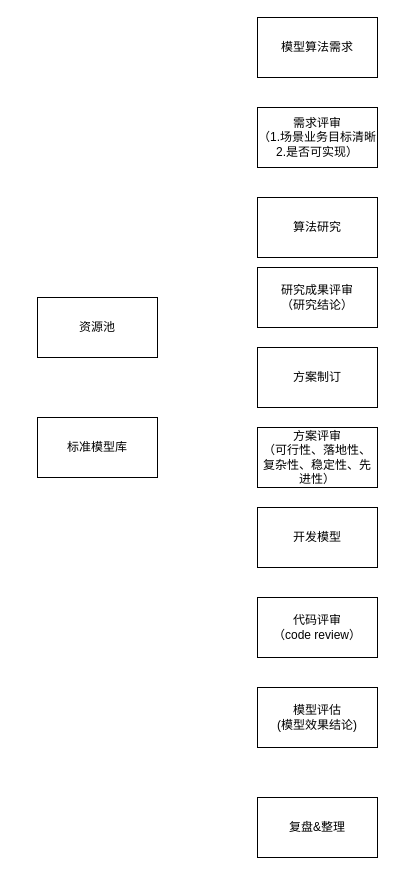
Above: dm-standard.drawio in Max-yuki/share (draw.io), before the change. Source tidied: cells renumbered, new cells numbered last; positions are measured from the earlier drawing's top-left corner, leaving out a move shared by most shapes. Both pictures are drawn from the tidied source at 100%, with x=0, y=0 at pixel (37, 17).
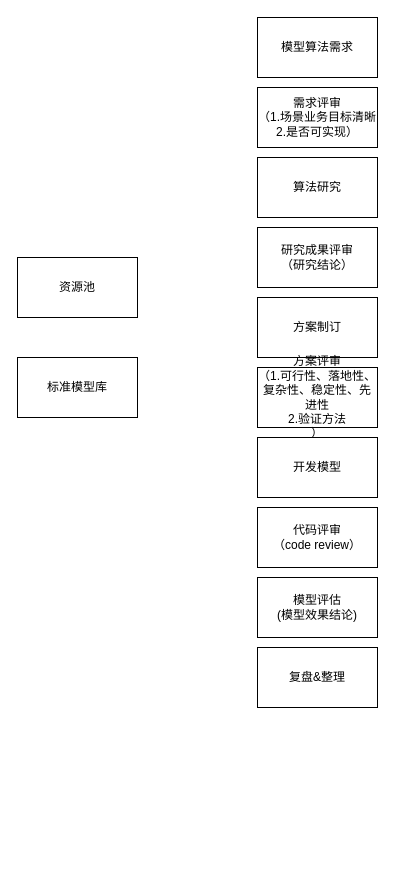
The same page after the edit.

The edit, as a diff of the source:
```diff
@@
 <mxGraphModel>
   <root>
     <mxCell id="0" />
     <mxCell id="1" parent="0" />
     <mxCell id="2" value="算法研究" style="rounded=0;whiteSpace=wrap;html=1;" parent="1" vertex="1">
-      <mxGeometry x="220" y="180" width="120" height="60" as="geometry" />
+      <mxGeometry x="220" y="140" width="120" height="60" as="geometry" />
     </mxCell>
     <mxCell id="3" value="方案制订" style="rounded=0;whiteSpace=wrap;html=1;" parent="1" vertex="1">
-      <mxGeometry x="220" y="330" width="120" height="60" as="geometry" />
+      <mxGeometry x="220" y="280" width="120" height="60" as="geometry" />
     </mxCell>
     <mxCell id="4" value="需求评审&lt;br&gt;（1.场景业务目标清晰2.是否可实现）" style="rounded=0;whiteSpace=wrap;html=1;" parent="1" vertex="1">
-      <mxGeometry x="220" y="90" width="120" height="60" as="geometry" />
+      <mxGeometry x="220" y="70" width="120" height="60" as="geometry" />
     </mxCell>
     <mxCell id="5" value="复盘&amp;amp;整理" style="rounded=0;whiteSpace=wrap;html=1;" parent="1" vertex="1">
-      <mxGeometry x="220" y="780" width="120" height="60" as="geometry" />
+      <mxGeometry x="220" y="630" width="120" height="60" as="geometry" />
     </mxCell>
     <mxCell id="6" value="资源池" style="rounded=0;whiteSpace=wrap;html=1;" parent="1" vertex="1">
-      <mxGeometry y="280" width="120" height="60" as="geometry" />
+      <mxGeometry x="-20" y="240" width="120" height="60" as="geometry" />
     </mxCell>
     <mxCell id="7" value="标准模型库" style="rounded=0;whiteSpace=wrap;html=1;" parent="1" vertex="1">
-      <mxGeometry y="400" width="120" height="60" as="geometry" />
+      <mxGeometry x="-20" y="340" width="120" height="60" as="geometry" />
     </mxCell>
     <mxCell id="8" value="模型算法需求" style="rounded=0;whiteSpace=wrap;html=1;" parent="1" vertex="1">
       <mxGeometry x="220" width="120" height="60" as="geometry" />
     </mxCell>
     <mxCell id="9" value="研究成果评审&lt;br&gt;（研究结论）" style="rounded=0;whiteSpace=wrap;html=1;" parent="1" vertex="1">
-      <mxGeometry x="220" y="250" width="120" height="60" as="geometry" />
+      <mxGeometry x="220" y="210" width="120" height="60" as="geometry" />
     </mxCell>
-    <mxCell id="10" value="方案评审&lt;br&gt;（可行性、落地性、复杂性、稳定性、先进性）" style="rounded=0;whiteSpace=wrap;html=1;" parent="1" vertex="1">
-      <mxGeometry x="220" y="410" width="120" height="60" as="geometry" />
+    <mxCell id="10" value="方案评审&lt;br&gt;（1.可行性、落地性、复杂性、稳定性、先进性&lt;br&gt;2.验证方法&lt;br&gt;）" style="rounded=0;whiteSpace=wrap;html=1;" parent="1" vertex="1">
+      <mxGeometry x="220" y="350" width="120" height="60" as="geometry" />
     </mxCell>
     <mxCell id="11" value="开发模型" style="rounded=0;whiteSpace=wrap;html=1;" parent="1" vertex="1">
-      <mxGeometry x="220" y="490" width="120" height="60" as="geometry" />
+      <mxGeometry x="220" y="420" width="120" height="60" as="geometry" />
     </mxCell>
     <mxCell id="12" value="代码评审&lt;br&gt;（code review）" style="rounded=0;whiteSpace=wrap;html=1;" parent="1" vertex="1">
-      <mxGeometry x="220" y="580" width="120" height="60" as="geometry" />
+      <mxGeometry x="220" y="490" width="120" height="60" as="geometry" />
     </mxCell>
     <mxCell id="13" value="模型评估&lt;br&gt;(模型效果结论)" style="rounded=0;whiteSpace=wrap;html=1;" parent="1" vertex="1">
-      <mxGeometry x="220" y="670" width="120" height="60" as="geometry" />
+      <mxGeometry x="220" y="560" width="120" height="60" as="geometry" />
     </mxCell>
   </root>
 </mxGraphModel>
```
